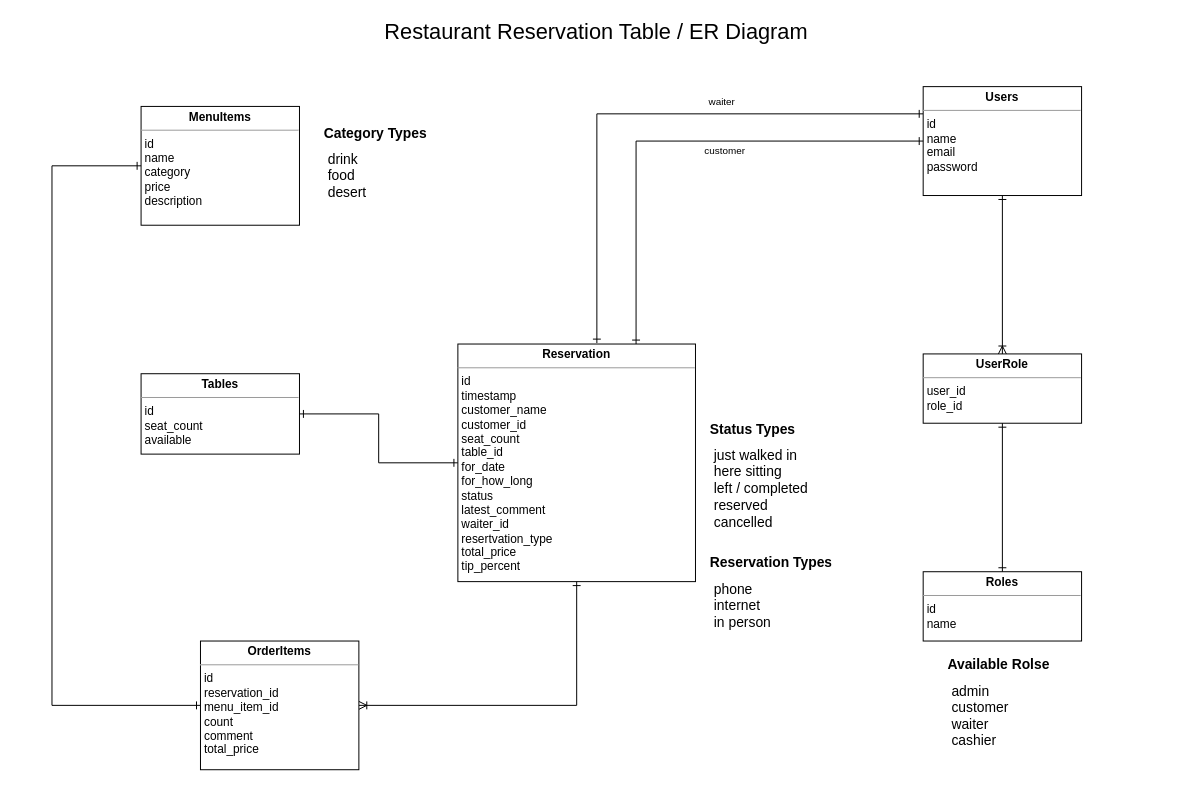
The draw.io diagram documents/final-table-diagram.drawio in Tiinzzy/restaurant-reservation, before the edit. Source tidied: cells renumbered, new cells numbered last; positions are measured from the earlier drawing's top-left corner, leaving out a move shared by most shapes. Both pictures are drawn from the tidied source at 99%, with x=0, y=0 at pixel (17, 17).
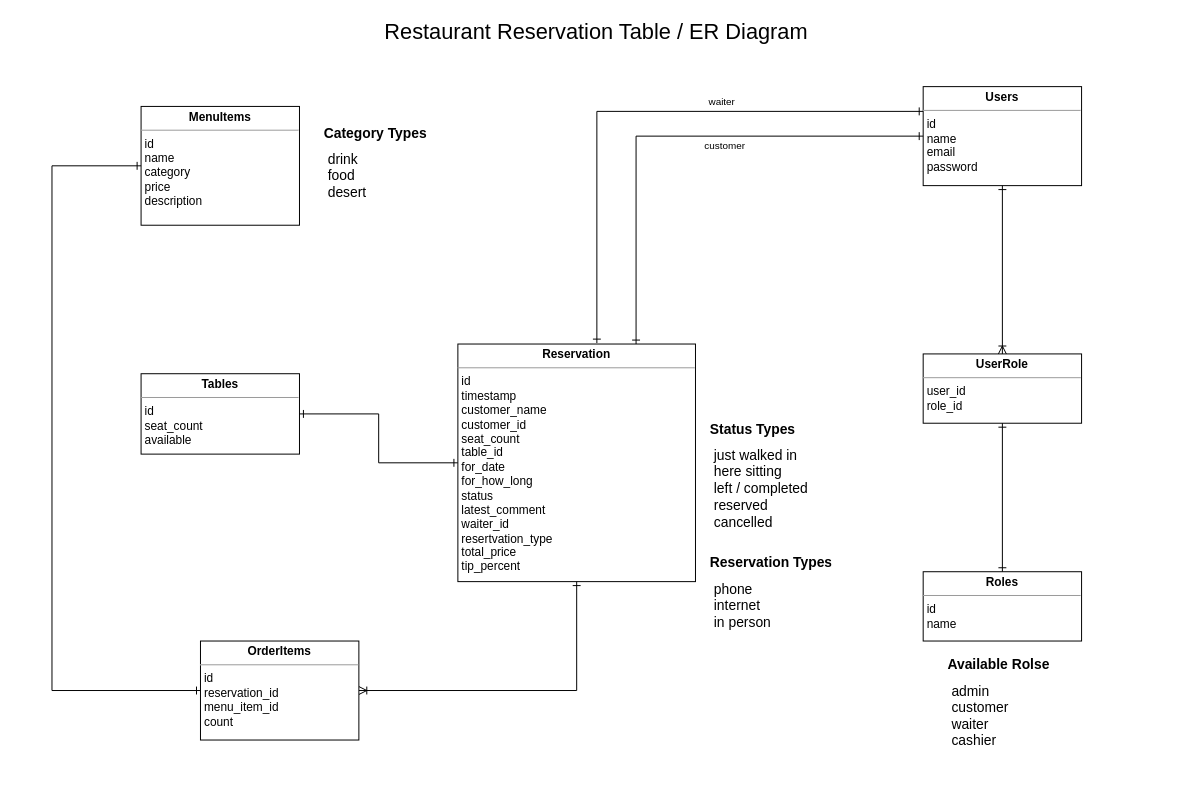
The same diagram, later.

Commit message (it also covers changes not shown here):
changed tablr diagram and the relation between them

The change refers to these unchanged cells:
```xml
<mxCell id="3" value="&lt;p style=&quot;margin:0px;margin-top:4px;text-align:center;&quot;&gt;&lt;b&gt;MenuItems&lt;/b&gt;&lt;/p&gt;&lt;hr size=&quot;1&quot;&gt;&lt;p style=&quot;margin:0px;margin-left:4px;&quot;&gt;id&lt;/p&gt;&lt;p style=&quot;margin:0px;margin-left:4px;&quot;&gt;name&lt;/p&gt;&lt;p style=&quot;margin:0px;margin-left:4px;&quot;&gt;category&lt;/p&gt;&lt;p style=&quot;margin:0px;margin-left:4px;&quot;&gt;price&lt;/p&gt;&lt;p style=&quot;margin:0px;margin-left:4px;&quot;&gt;description&lt;/p&gt;&lt;p style=&quot;margin:0px;margin-left:4px;&quot;&gt;&lt;br&gt;&lt;/p&gt;&lt;p style=&quot;margin:0px;margin-left:4px;&quot;&gt;&lt;br&gt;&lt;/p&gt;&lt;p style=&quot;margin:0px;margin-left:4px;&quot;&gt;&lt;br&gt;&lt;/p&gt;&lt;p style=&quot;margin:0px;margin-left:4px;&quot;&gt;&lt;br&gt;&lt;/p&gt;&lt;p style=&quot;margin:0px;margin-left:4px;&quot;&gt;&lt;br&gt;&lt;/p&gt;&lt;p style=&quot;margin:0px;margin-left:4px;&quot;&gt;&lt;br&gt;&lt;/p&gt;&lt;hr size=&quot;1&quot;&gt;&lt;p style=&quot;margin:0px;margin-left:4px;&quot;&gt;&lt;br&gt;&lt;/p&gt;&lt;p style=&quot;margin:0px;margin-left:4px;&quot;&gt;&lt;br&gt;&lt;/p&gt;&lt;p style=&quot;margin:0px;margin-left:4px;&quot;&gt;&lt;br&gt;&lt;/p&gt;" style="verticalAlign=top;align=left;overflow=fill;fontSize=12;fontFamily=Helvetica;html=1;rounded=0;shadow=0;comic=0;labelBackgroundColor=none;strokeWidth=1;" parent="1" vertex="1">
  <mxGeometry x="125" y="90" width="160" height="120" as="geometry" />
</mxCell>
<mxCell id="7" value="&lt;p style=&quot;margin:0px;margin-top:4px;text-align:center;&quot;&gt;&lt;b&gt;Reservation&lt;/b&gt;&lt;/p&gt;&lt;hr size=&quot;1&quot;&gt;&lt;p style=&quot;margin:0px;margin-left:4px;&quot;&gt;id&lt;/p&gt;&lt;p style=&quot;margin:0px;margin-left:4px;&quot;&gt;timestamp&lt;/p&gt;&lt;p style=&quot;margin:0px;margin-left:4px;&quot;&gt;customer_name&lt;/p&gt;&lt;p style=&quot;margin:0px;margin-left:4px;&quot;&gt;customer_id&lt;/p&gt;&lt;p style=&quot;margin:0px;margin-left:4px;&quot;&gt;seat_count&lt;/p&gt;&lt;p style=&quot;margin:0px;margin-left:4px;&quot;&gt;&lt;span style=&quot;background-color: initial;&quot;&gt;table_id&lt;/span&gt;&lt;br&gt;&lt;/p&gt;&lt;p style=&quot;margin:0px;margin-left:4px;&quot;&gt;for_date&lt;/p&gt;&lt;p style=&quot;margin:0px;margin-left:4px;&quot;&gt;for_how_long&lt;/p&gt;&lt;p style=&quot;margin:0px;margin-left:4px;&quot;&gt;status&lt;/p&gt;&lt;p style=&quot;margin:0px;margin-left:4px;&quot;&gt;latest_comment&lt;/p&gt;&lt;p style=&quot;margin:0px;margin-left:4px;&quot;&gt;waiter_id&lt;/p&gt;&lt;p style=&quot;margin:0px;margin-left:4px;&quot;&gt;resertvation_type&amp;nbsp;&lt;/p&gt;&lt;p style=&quot;margin:0px;margin-left:4px;&quot;&gt;total_price&lt;/p&gt;&lt;p style=&quot;margin:0px;margin-left:4px;&quot;&gt;tip_percent&lt;/p&gt;" style="verticalAlign=top;align=left;overflow=fill;fontSize=12;fontFamily=Helvetica;html=1;rounded=0;shadow=0;comic=0;labelBackgroundColor=none;strokeWidth=1;" parent="1" vertex="1">
  <mxGeometry x="445" y="330" width="240" height="240" as="geometry" />
</mxCell>
```

Diff of the diagram source:
```diff
@@
     <mxCell id="11" style="edgeStyle=orthogonalEdgeStyle;rounded=0;jettySize=auto;html=1;fontSize=14;startArrow=ERone;startFill=0;endArrow=ERone;endFill=0;exitX=0;exitY=0.5;exitDx=0;exitDy=0;entryX=0;entryY=0.5;entryDx=0;entryDy=0;" parent="1" edge="1" source="12" target="3">
       <mxGeometry relative="1" as="geometry">
         <Array as="points">
-          <mxPoint x="35" y="695" />
+          <mxPoint x="35" y="680" />
           <mxPoint x="35" y="150" />
         </Array>
       </mxGeometry>
     </mxCell>
-    <mxCell id="12" value="&lt;p style=&quot;margin:0px;margin-top:4px;text-align:center;&quot;&gt;&lt;b&gt;OrderItems&lt;/b&gt;&lt;/p&gt;&lt;hr size=&quot;1&quot;&gt;&lt;p style=&quot;margin:0px;margin-left:4px;&quot;&gt;&lt;span style=&quot;background-color: initial;&quot;&gt;id&lt;/span&gt;&lt;/p&gt;&lt;p style=&quot;margin:0px;margin-left:4px;&quot;&gt;&lt;span style=&quot;background-color: initial;&quot;&gt;reservation_id&lt;/span&gt;&lt;/p&gt;&lt;p style=&quot;margin:0px;margin-left:4px;&quot;&gt;menu_item_id&lt;/p&gt;&lt;p style=&quot;margin:0px;margin-left:4px;&quot;&gt;count&lt;/p&gt;&lt;p style=&quot;margin:0px;margin-left:4px;&quot;&gt;comment&lt;/p&gt;&lt;p style=&quot;margin:0px;margin-left:4px;&quot;&gt;total_price&lt;/p&gt;&lt;p style=&quot;margin:0px;margin-left:4px;&quot;&gt;&lt;br&gt;&lt;/p&gt;" style="verticalAlign=top;align=left;overflow=fill;fontSize=12;fontFamily=Helvetica;html=1;rounded=0;shadow=0;comic=0;labelBackgroundColor=none;strokeWidth=1;" parent="1" vertex="1">
-      <mxGeometry x="185" y="630" width="160" height="130" as="geometry" />
+    <mxCell id="12" value="&lt;p style=&quot;margin:0px;margin-top:4px;text-align:center;&quot;&gt;&lt;b&gt;OrderItems&lt;/b&gt;&lt;/p&gt;&lt;hr size=&quot;1&quot;&gt;&lt;p style=&quot;margin:0px;margin-left:4px;&quot;&gt;&lt;span style=&quot;background-color: initial;&quot;&gt;id&lt;/span&gt;&lt;/p&gt;&lt;p style=&quot;margin:0px;margin-left:4px;&quot;&gt;&lt;span style=&quot;background-color: initial;&quot;&gt;reservation_id&lt;/span&gt;&lt;/p&gt;&lt;p style=&quot;margin:0px;margin-left:4px;&quot;&gt;menu_item_id&lt;/p&gt;&lt;p style=&quot;margin:0px;margin-left:4px;&quot;&gt;count&lt;/p&gt;" style="verticalAlign=top;align=left;overflow=fill;fontSize=12;fontFamily=Helvetica;html=1;rounded=0;shadow=0;comic=0;labelBackgroundColor=none;strokeWidth=1;" parent="1" vertex="1">
+      <mxGeometry x="185" y="630" width="160" height="100" as="geometry" />
     </mxCell>
@@
     <mxCell id="15" value="&lt;p style=&quot;margin:0px;margin-top:4px;text-align:center;&quot;&gt;&lt;b&gt;Users&lt;/b&gt;&lt;/p&gt;&lt;hr size=&quot;1&quot;&gt;&lt;p style=&quot;margin:0px;margin-left:4px;&quot;&gt;id&lt;/p&gt;&lt;p style=&quot;margin:0px;margin-left:4px;&quot;&gt;name&lt;/p&gt;&lt;p style=&quot;margin:0px;margin-left:4px;&quot;&gt;email&lt;/p&gt;&lt;p style=&quot;margin:0px;margin-left:4px;&quot;&gt;password&lt;/p&gt;" style="verticalAlign=top;align=left;overflow=fill;fontSize=12;fontFamily=Helvetica;html=1;rounded=0;shadow=0;comic=0;labelBackgroundColor=none;strokeWidth=1;" parent="1" vertex="1">
-      <mxGeometry x="915" y="70" width="160" height="110" as="geometry" />
+      <mxGeometry x="915" y="70" width="160" height="100" as="geometry" />
     </mxCell>
@@
     <mxCell id="20" style="edgeStyle=orthogonalEdgeStyle;rounded=0;jettySize=auto;html=1;entryX=0;entryY=0.5;entryDx=0;entryDy=0;fontSize=14;startArrow=ERone;startFill=0;endArrow=ERone;endFill=0;" parent="1" edge="1" source="7" target="15">
       <mxGeometry relative="1" as="geometry">
         <Array as="points">
-          <mxPoint x="625" y="125" />
+          <mxPoint x="625" y="120" />
         </Array>
       </mxGeometry>
     </mxCell>
     <mxCell id="21" value="&lt;font style=&quot;font-size: 10px;&quot;&gt;customer&lt;/font&gt;" style="text;html=1;strokeColor=none;fillColor=none;align=center;verticalAlign=middle;whiteSpace=wrap;rounded=0;" parent="1" vertex="1">
-      <mxGeometry x="685" y="120" width="60" height="30" as="geometry" />
+      <mxGeometry x="685" y="115" width="60" height="30" as="geometry" />
     </mxCell>
```
